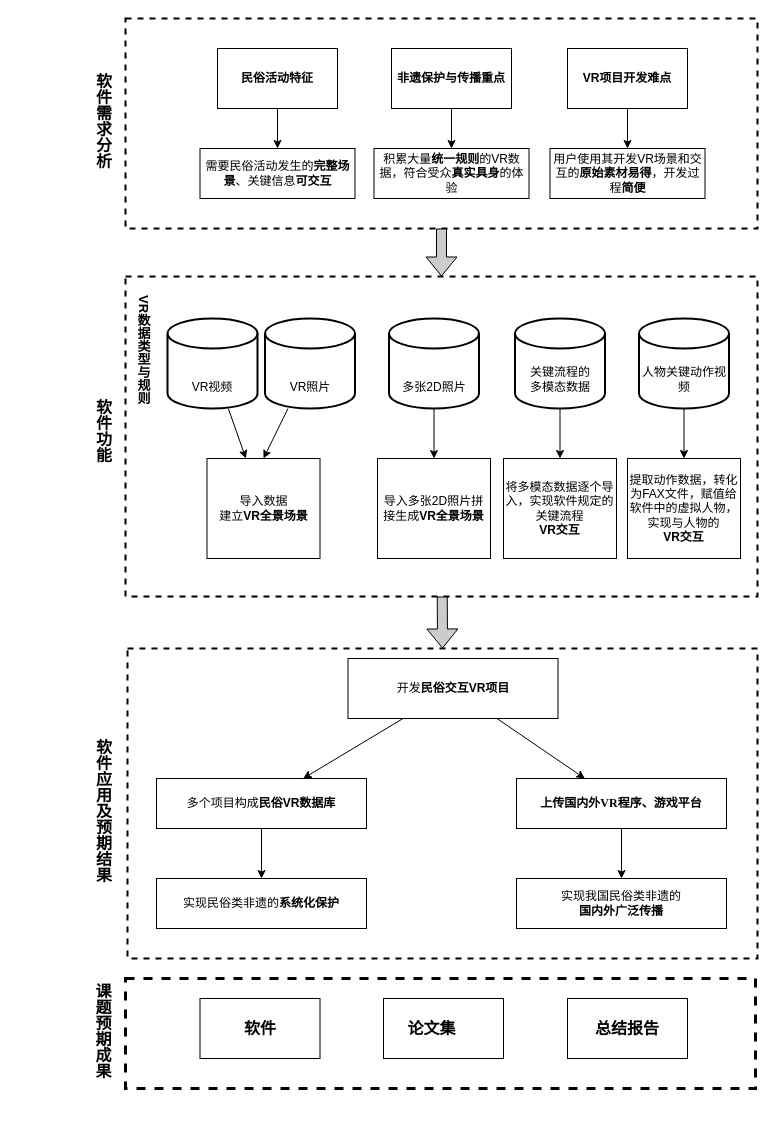
Earlier version of the draw.io diagram guangzi2.drawio (Ajiandcircle/test). Source tidied: cells renumbered, new cells numbered last; positions are measured from the earlier drawing's top-left corner, leaving out a move shared by most shapes. Both pictures are drawn from the tidied source at 100%, with x=0, y=0 at pixel (17, 18).
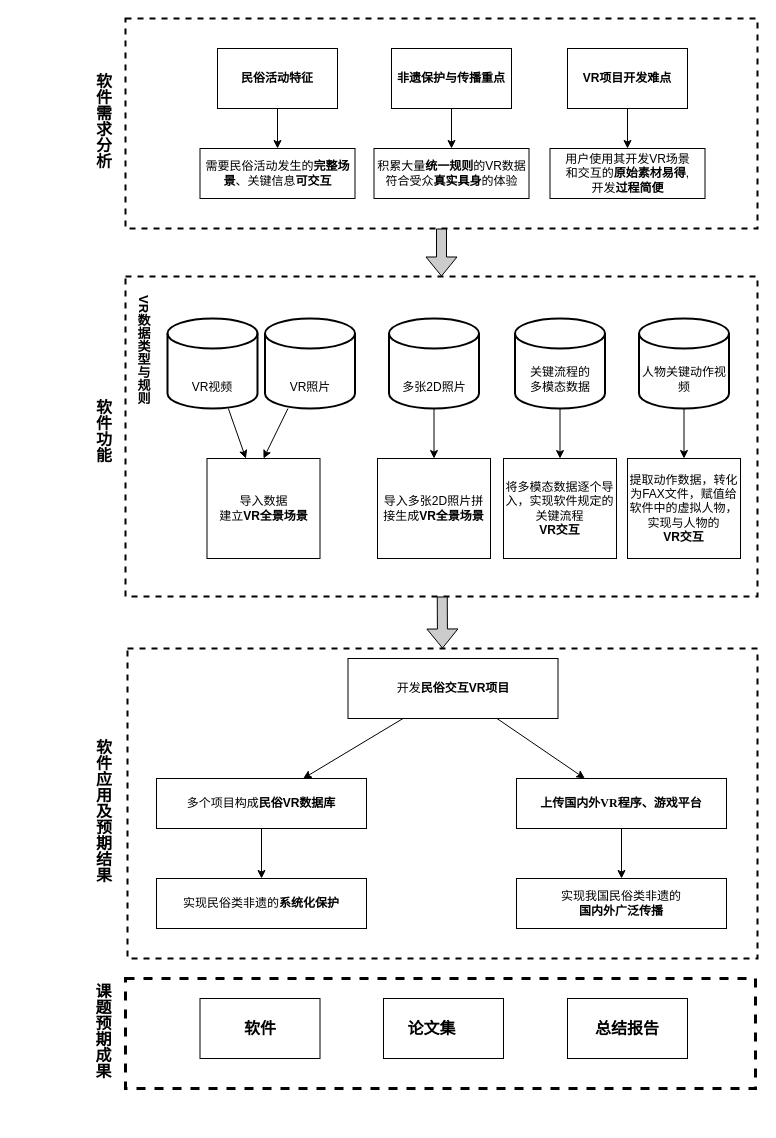
The same diagram, later.

Change to the diagram source:
```diff
@@
-    <mxCell id="10" value="&lt;p class=&quot;MsoNormal&quot;&gt;&lt;span style=&quot;font-family: 宋体;&quot;&gt;积累大量&lt;b&gt;统一规则&lt;/b&gt;的&lt;/span&gt;&lt;span style=&quot;&quot; lang=&quot;EN-US&quot;&gt;VR&lt;/span&gt;&lt;span style=&quot;font-family: 宋体;&quot;&gt;数据，符合受众&lt;b&gt;真实具身&lt;/b&gt;的体验&lt;/span&gt;&lt;br&gt;&lt;b&gt;&lt;span lang=&quot;EN-US&quot;&gt;&lt;/span&gt;&lt;/b&gt;&lt;/p&gt;" style="rounded=0;whiteSpace=wrap;html=1;" parent="1" vertex="1">
+    <mxCell id="10" value="&lt;p class=&quot;MsoNormal&quot;&gt;&lt;span style=&quot;font-family: 宋体;&quot;&gt;积累大量&lt;b&gt;统一规则&lt;/b&gt;的&lt;/span&gt;&lt;span style=&quot;&quot; lang=&quot;EN-US&quot;&gt;VR&lt;/span&gt;&lt;span style=&quot;font-family: 宋体;&quot;&gt;数据&lt;/span&gt;&lt;span style=&quot;font-family: 宋体; background-color: initial;&quot;&gt;符合受众&lt;/span&gt;&lt;b style=&quot;font-family: 宋体; background-color: initial;&quot;&gt;真实具身&lt;/b&gt;&lt;span style=&quot;font-family: 宋体; background-color: initial;&quot;&gt;的体验&lt;/span&gt;&lt;/p&gt;&lt;p class=&quot;MsoNormal&quot;&gt;&lt;b&gt;&lt;span lang=&quot;EN-US&quot;&gt;&lt;/span&gt;&lt;/b&gt;&lt;/p&gt;" style="rounded=0;whiteSpace=wrap;html=1;" parent="1" vertex="1">
       <mxGeometry x="356.5" y="130" width="155" height="50" as="geometry" />
     </mxCell>
@@
-    <mxCell id="13" value="&lt;p class=&quot;MsoNormal&quot;&gt;&lt;span style=&quot;font-family: 宋体;&quot;&gt;用户使用其开发&lt;/span&gt;&lt;span style=&quot;&quot; lang=&quot;EN-US&quot;&gt;VR&lt;/span&gt;&lt;span style=&quot;font-family: 宋体;&quot;&gt;场景和交互的&lt;b&gt;原始素材易得&lt;/b&gt;，开发过程&lt;b&gt;简便&lt;/b&gt;&lt;/span&gt;&lt;/p&gt;" style="rounded=0;whiteSpace=wrap;html=1;" parent="1" vertex="1">
+    <mxCell id="13" value="&lt;p class=&quot;MsoNormal&quot;&gt;&lt;span style=&quot;font-family: 宋体;&quot;&gt;用户使用其开发&lt;/span&gt;&lt;span style=&quot;&quot; lang=&quot;EN-US&quot;&gt;VR&lt;/span&gt;&lt;span style=&quot;font-family: 宋体;&quot;&gt;场景&lt;br&gt;和交互的&lt;b&gt;原始素材易得&lt;/b&gt;,&lt;br&gt;开发&lt;b&gt;过程简便&lt;/b&gt;&lt;/span&gt;&lt;/p&gt;" style="rounded=0;whiteSpace=wrap;html=1;" parent="1" vertex="1">
       <mxGeometry x="532.5" y="130" width="155" height="50" as="geometry" />
     </mxCell>
```
